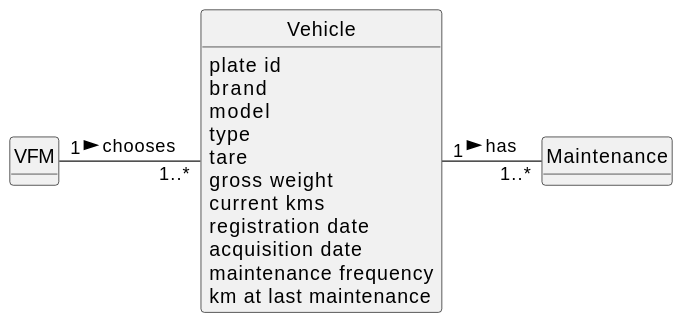
diogoveirospro/lei-24-s2-1dg-g072 keeps this PlantUML diagram as docs/sprintB/us007/02.analysis/svg/us007-domain-model.svg. Above is the earlier version.
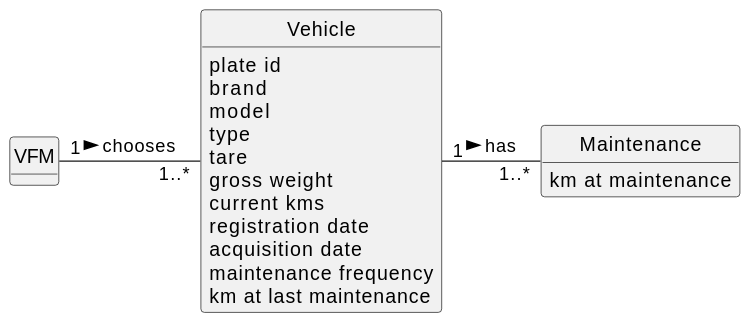
The same file after the commit.

What changed in the source:
```diff
@@ -29,7 +29,7 @@
 }
 
 class Maintenance{
-
+    km at maintenance
 }
 
 VFM "1"-"   1..*" Vehicle: chooses >
```
